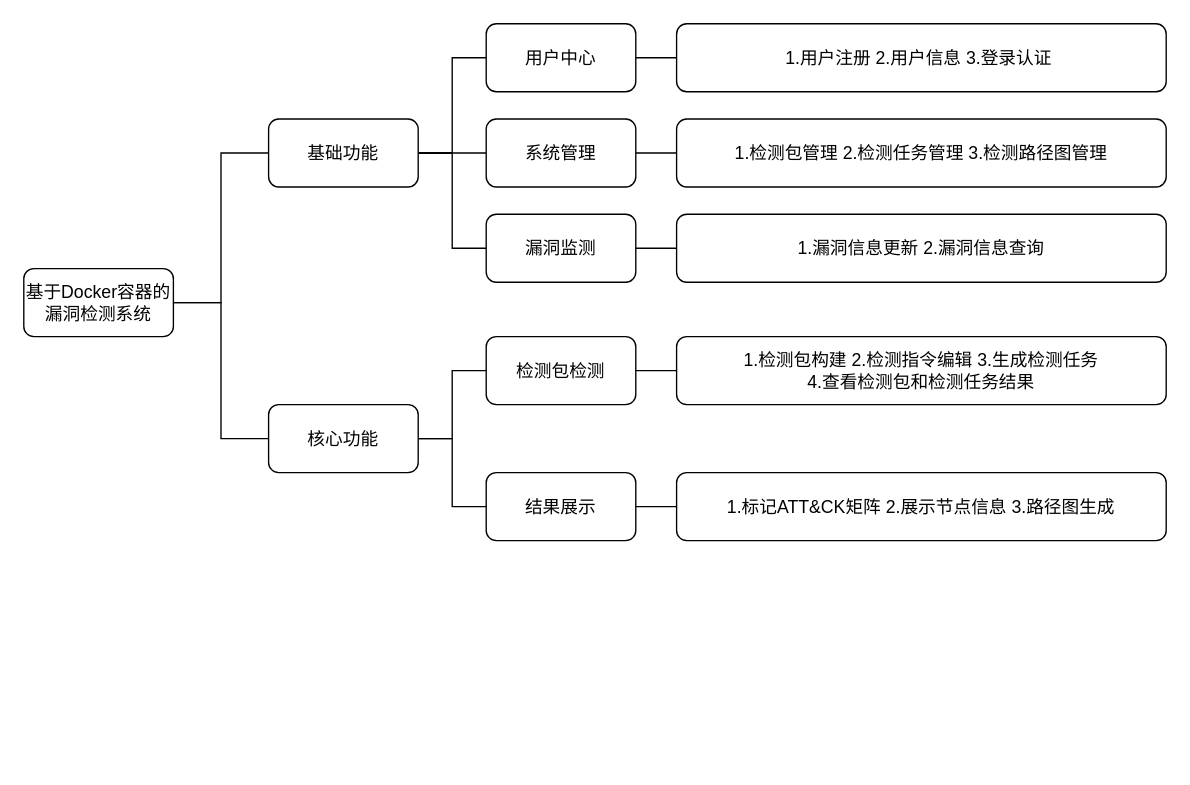
Before: 功能需求.drawio in Niujieheng/GitHub_Jul, a draw.io diagram. Source tidied: cells renumbered, new cells numbered last; positions are measured from the earlier drawing's top-left corner, leaving out a move shared by most shapes. Both pictures are drawn from the tidied source at 136%, with x=0, y=0 at pixel (23, 23).
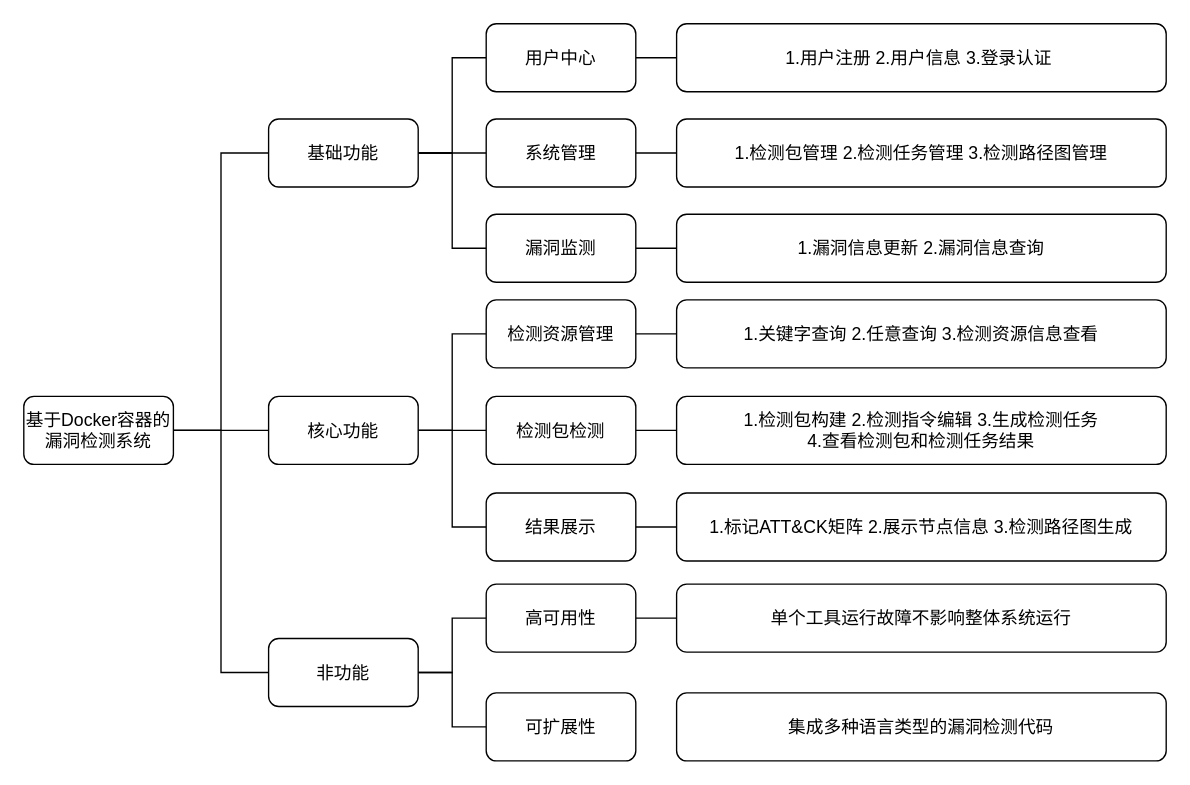
The same diagram, later.

Commit message (it also covers changes not shown here):
更新功能需求.drawio

Change to the diagram source:
```diff
@@
+    <mxCell id="27" style="edgeStyle=orthogonalEdgeStyle;rounded=0;jettySize=auto;html=1;exitX=1;exitY=0.5;exitDx=0;exitDy=0;entryX=0;entryY=0.5;entryDx=0;entryDy=0;fontSize=13;endArrow=none;endFill=0;" parent="1" edge="1" source="4" target="34">
+      <mxGeometry relative="1" as="geometry" />
+    </mxCell>
     <mxCell id="4" value="基于Docker容器的漏洞检测系统" style="rounded=1;whiteSpace=wrap;html=1;fontSize=13;" parent="1" vertex="1">
-      <mxGeometry y="180" width="110" height="50" as="geometry" />
+      <mxGeometry y="274" width="110" height="50" as="geometry" />
     </mxCell>
@@
+    <mxCell id="28" style="edgeStyle=orthogonalEdgeStyle;rounded=0;jettySize=auto;html=1;exitX=1;exitY=0.5;exitDx=0;exitDy=0;entryX=0;entryY=0.5;entryDx=0;entryDy=0;fontSize=13;endArrow=none;endFill=0;" parent="1" edge="1" source="11" target="30">
+      <mxGeometry relative="1" as="geometry" />
+    </mxCell>
     <mxCell id="11" value="核心功能" style="rounded=1;whiteSpace=wrap;html=1;fontSize=13;" parent="1" vertex="1">
-      <mxGeometry x="180" y="280" width="110" height="50" as="geometry" />
+      <mxGeometry x="180" y="274" width="110" height="50" as="geometry" />
     </mxCell>
@@
     <mxCell id="17" value="检测包检测" style="rounded=1;whiteSpace=wrap;html=1;fontSize=13;" parent="1" vertex="1">
-      <mxGeometry x="340" y="230" width="110" height="50" as="geometry" />
+      <mxGeometry x="340" y="274" width="110" height="50" as="geometry" />
     </mxCell>
@@
     <mxCell id="19" value="结果展示" style="rounded=1;whiteSpace=wrap;html=1;fontSize=13;" parent="1" vertex="1">
-      <mxGeometry x="340" y="330" width="110" height="50" as="geometry" />
+      <mxGeometry x="340" y="345" width="110" height="50" as="geometry" />
     </mxCell>
@@
     <mxCell id="25" value="1.检测包构建 2.检测指令编辑 3.生成检测任务 &lt;br style=&quot;font-size: 13px;&quot;&gt;4.查看检测包和检测任务结果" style="rounded=1;whiteSpace=wrap;html=1;fontSize=13;" parent="1" vertex="1">
-      <mxGeometry x="480" y="230" width="360" height="50" as="geometry" />
+      <mxGeometry x="480" y="274" width="360" height="50" as="geometry" />
     </mxCell>
-    <mxCell id="26" value="1.标记ATT&amp;amp;CK矩阵 2.展示节点信息 3.路径图生成" style="rounded=1;whiteSpace=wrap;html=1;fontSize=13;" parent="1" vertex="1">
-      <mxGeometry x="480" y="330" width="360" height="50" as="geometry" />
+    <mxCell id="26" value="1.标记ATT&amp;amp;CK矩阵 2.展示节点信息 3.检测路径图生成" style="rounded=1;whiteSpace=wrap;html=1;fontSize=13;" parent="1" vertex="1">
+      <mxGeometry x="480" y="345" width="360" height="50" as="geometry" />
     </mxCell>
+    <mxCell id="29" style="edgeStyle=orthogonalEdgeStyle;rounded=0;jettySize=auto;html=1;exitX=1;exitY=0.5;exitDx=0;exitDy=0;fontSize=13;endArrow=none;endFill=0;" parent="1" edge="1" source="30" target="31">
+      <mxGeometry relative="1" as="geometry" />
+    </mxCell>
+    <mxCell id="30" value="检测资源管理" style="rounded=1;whiteSpace=wrap;html=1;fontSize=13;" parent="1" vertex="1">
+      <mxGeometry x="340" y="203" width="110" height="50" as="geometry" />
+    </mxCell>
+    <mxCell id="31" value="1.关键字查询 2.任意查询 3.检测资源信息查看" style="rounded=1;whiteSpace=wrap;html=1;fontSize=13;" parent="1" vertex="1">
+      <mxGeometry x="480" y="203" width="360" height="50" as="geometry" />
+    </mxCell>
+    <mxCell id="32" style="edgeStyle=orthogonalEdgeStyle;rounded=0;jettySize=auto;html=1;exitX=1;exitY=0.5;exitDx=0;exitDy=0;entryX=0;entryY=0.5;entryDx=0;entryDy=0;fontSize=13;endArrow=none;endFill=0;" parent="1" edge="1" source="34" target="36">
+      <mxGeometry relative="1" as="geometry" />
+    </mxCell>
+    <mxCell id="33" style="edgeStyle=orthogonalEdgeStyle;rounded=0;jettySize=auto;html=1;exitX=1;exitY=0.5;exitDx=0;exitDy=0;entryX=0;entryY=0.5;entryDx=0;entryDy=0;fontSize=13;endArrow=none;endFill=0;" parent="1" edge="1" source="34" target="37">
+      <mxGeometry relative="1" as="geometry" />
+    </mxCell>
+    <mxCell id="34" value="非功能" style="rounded=1;whiteSpace=wrap;html=1;fontSize=13;" parent="1" vertex="1">
+      <mxGeometry x="180" y="452" width="110" height="50" as="geometry" />
+    </mxCell>
+    <mxCell id="35" style="edgeStyle=orthogonalEdgeStyle;rounded=0;jettySize=auto;html=1;exitX=1;exitY=0.5;exitDx=0;exitDy=0;fontSize=13;endArrow=none;endFill=0;" parent="1" edge="1" source="36" target="38">
+      <mxGeometry relative="1" as="geometry" />
+    </mxCell>
+    <mxCell id="36" value="高可用性" style="rounded=1;whiteSpace=wrap;html=1;fontSize=13;" parent="1" vertex="1">
+      <mxGeometry x="340" y="412" width="110" height="50" as="geometry" />
+    </mxCell>
+    <mxCell id="37" value="可扩展性" style="rounded=1;whiteSpace=wrap;html=1;fontSize=13;" parent="1" vertex="1">
+      <mxGeometry x="340" y="492" width="110" height="50" as="geometry" />
+    </mxCell>
+    <mxCell id="38" value="单个工具运行故障不影响整体系统运行" style="rounded=1;whiteSpace=wrap;html=1;fontSize=13;" parent="1" vertex="1">
+      <mxGeometry x="480" y="412" width="360" height="50" as="geometry" />
+    </mxCell>
+    <mxCell id="39" value="集成多种语言类型的漏洞检测代码" style="rounded=1;whiteSpace=wrap;html=1;fontSize=13;" parent="1" vertex="1">
+      <mxGeometry x="480" y="492" width="360" height="50" as="geometry" />
+    </mxCell>
```
